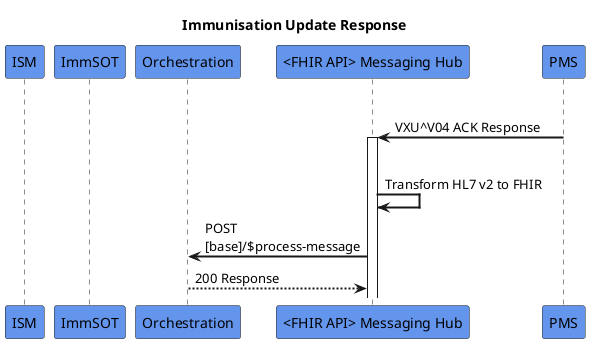
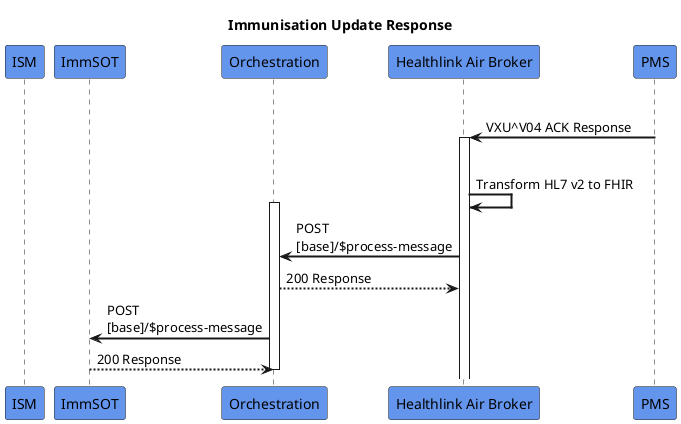
@startuml
skinparam sequenceArrowThickness 2
skinparam roundcorner 5
skinparam maxmessagesize 180
skinparam sequenceParticipant bold
title  Immunisation Update Response
participant "ISM" as AA #CornflowerBlue
participant "ImmSOT" as A #CornflowerBlue
participant "Orchestration" as B #CornflowerBlue
- participant "<FHIR API> Messaging Hub" as C #CornflowerBlue
+ participant "Healthlink Air Broker" as C #CornflowerBlue
participant "PMS" as D #CornflowerBlue
|||

D -> C :VXU^V04 ACK Response
activate C
|||
C -> C: Transform HL7 v2 to FHIR
+ activate B
C -> B: POST [base]/$process-message
B -[dashed]-> C: 200 Response
+ B -> A: POST [base]/$process-message
+ A -[dashed]-> B: 200 Response
+ deactivate B
@enduml